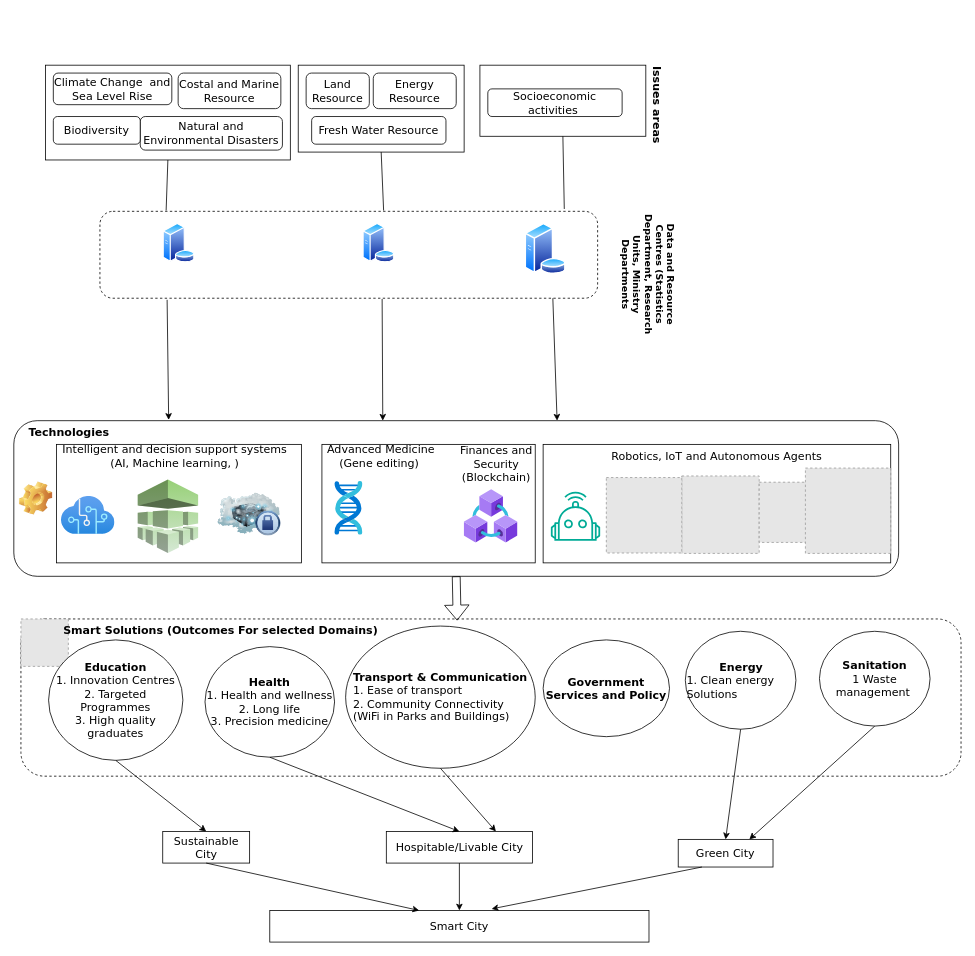
This is page "BarbudaSmart" (2 of 2) of SystemReasoningOverview.drawio from Kibolabs/Diagrams, a draw.io file, before an edit. Source tidied: cells renumbered, new cells numbered last; positions are measured from the earlier drawing's top-left corner, leaving out a move shared by most shapes. Both pictures are drawn from the tidied source at 79%, with x=0, y=0 at pixel (13, 65). Pictures stored in the file or linked from it are replaced by grey dashed boxes.
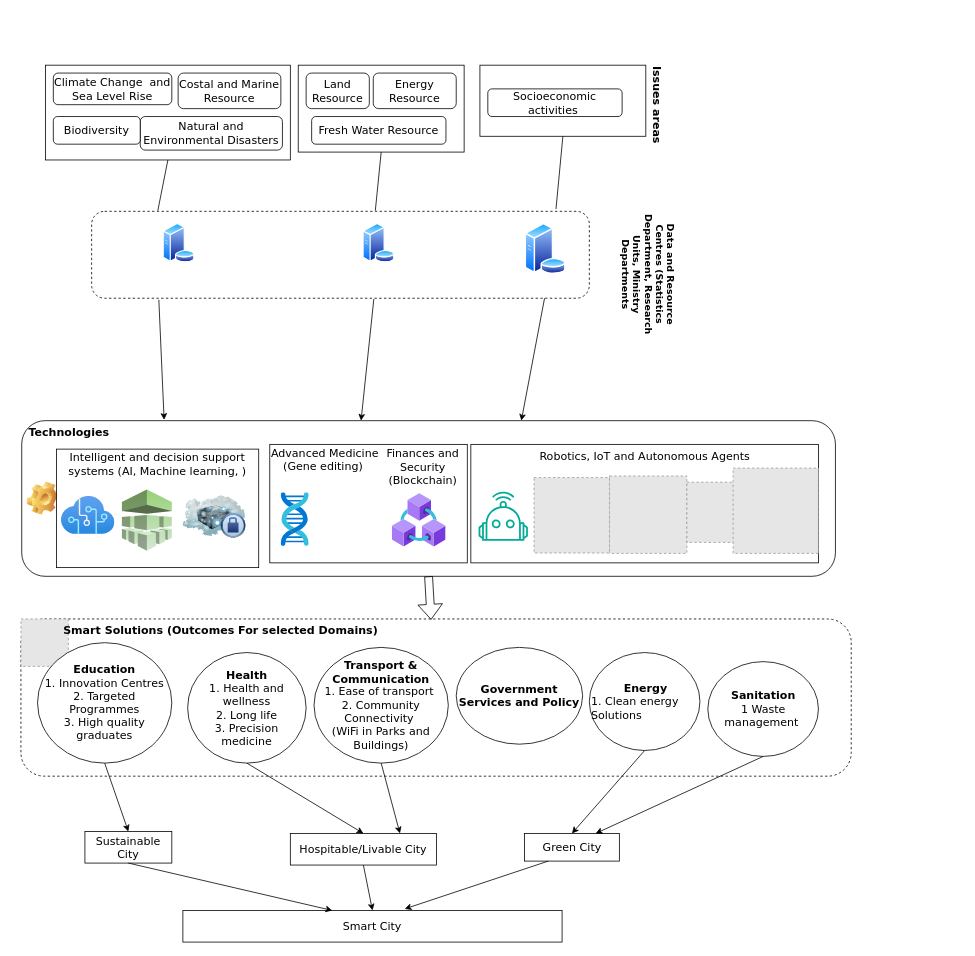
The same diagram, later.

The edit, as a diff of the source:
```diff
@@
     <mxCell id="2" style="rounded=1;whiteSpace=wrap;html=1;dashed=1;fontFamily=Verdana;fillColor=none;" parent="1" vertex="1">
-      <mxGeometry x="9" y="701" width="1190" height="199" as="geometry" />
+      <mxGeometry x="9" y="701" width="1051" height="199" as="geometry" />
     </mxCell>
     <mxCell id="3" style="rounded=1;whiteSpace=wrap;html=1;fillColor=none;dashed=1;" parent="1" vertex="1">
-      <mxGeometry x="109" y="185" width="630" height="110" as="geometry" />
+      <mxGeometry x="98.5" y="185" width="630" height="110" as="geometry" />
     </mxCell>
     <mxCell id="4" style="label;whiteSpace=wrap;html=1;image=img/clipart/Gear_128x128.png;fontFamily=Verdana;fontSize=14;fillColor=none;" parent="1" vertex="1">
-      <mxGeometry y="450" width="1120" height="197" as="geometry" />
+      <mxGeometry x="10" y="450" width="1030" height="197" as="geometry" />
     </mxCell>
     <mxCell id="5" style="rounded=0;whiteSpace=wrap;html=1;fontFamily=Verdana;fontSize=14;" parent="1" vertex="1">
-      <mxGeometry x="54" y="480" width="310" height="150" as="geometry" />
+      <mxGeometry x="54" y="486" width="256" height="150" as="geometry" />
     </mxCell>
     <mxCell id="6" style="rounded=0;whiteSpace=wrap;html=1;fontFamily=Verdana;fontSize=14;" parent="1" vertex="1">
-      <mxGeometry x="390" y="480" width="270" height="150" as="geometry" />
+      <mxGeometry x="324" y="480" width="250" height="150" as="geometry" />
     </mxCell>
     <mxCell id="7" style="rounded=0;whiteSpace=wrap;html=1;fontFamily=Verdana;fontSize=14;" parent="1" vertex="1">
-      <mxGeometry x="670" y="480" width="440" height="150" as="geometry" />
+      <mxGeometry x="578.5" y="480" width="440" height="150" as="geometry" />
     </mxCell>
@@
     <mxCell id="15" value="Green City" style="rounded=0;whiteSpace=wrap;html=1;fontFamily=Verdana;fontSize=14;" parent="1" vertex="1">
-      <mxGeometry x="841" y="980" width="120" height="35" as="geometry" />
+      <mxGeometry x="646.5" y="972.5" width="120" height="35" as="geometry" />
     </mxCell>
     <mxCell id="16" value="Sustainable City" style="rounded=0;whiteSpace=wrap;html=1;fontFamily=Verdana;fontSize=14;" parent="1" vertex="1">
-      <mxGeometry x="188.5" y="970" width="110" height="40" as="geometry" />
+      <mxGeometry x="90" y="970" width="110" height="40" as="geometry" />
     </mxCell>
     <mxCell id="17" value="Hospitable/Livable City" style="rounded=0;whiteSpace=wrap;html=1;fontFamily=Verdana;fontSize=14;" parent="1" vertex="1">
-      <mxGeometry x="471.5" y="970" width="185" height="40" as="geometry" />
+      <mxGeometry x="350" y="972.5" width="185" height="40" as="geometry" />
     </mxCell>
     <mxCell id="18" value="Smart City" style="rounded=0;whiteSpace=wrap;html=1;fontFamily=Verdana;fontSize=14;" parent="1" vertex="1">
-      <mxGeometry x="324" y="1070" width="480" height="40" as="geometry" />
+      <mxGeometry x="214" y="1070" width="480" height="40" as="geometry" />
     </mxCell>
@@
     <mxCell id="26" style="html=1;align=center;image;fontSize=14;image=img/lib/azure2/ai_machine_learning/Genomics.svg;fontFamily=Verdana;" parent="1" vertex="1">
-      <mxGeometry x="406" y="527" width="36" height="68" as="geometry" />
+      <mxGeometry x="338" y="541" width="36" height="68" as="geometry" />
     </mxCell>
     <mxCell id="27" style="dashed=0;verticalLabelPosition=bottom;verticalAlign=top;align=center;html=1;shape=mxgraph.aws3.machine_learning;fontFamily=Verdana;fontSize=14;fontColor=#23A1A6;fillColor=#D5E8D4;gradientColor=#97D077;gradientDirection=north;" parent="1" vertex="1">
-      <mxGeometry x="156.8" y="524.5" width="76.5" height="93" as="geometry" />
+      <mxGeometry x="136.8" y="537" width="63.2" height="77.5" as="geometry" />
     </mxCell>
     <mxCell id="28" style="html=1;align=center;image;fontSize=14;image=img/lib/azure2/blockchain/Azure_Blockchain_Service.svg;fontFamily=Verdana;" parent="1" vertex="1">
-      <mxGeometry x="570" y="537" width="68" height="68" as="geometry" />
+      <mxGeometry x="479" y="542" width="68" height="68" as="geometry" />
     </mxCell>
@@
     <mxCell id="30" style="sketch=0;gradientDirection=north;dashed=0;verticalLabelPosition=bottom;verticalAlign=top;align=center;html=1;fontSize=14;fontStyle=0;shape=mxgraph.aws4.resourceIcon;resIcon=mxgraph.aws4.robotics;fontFamily=Verdana;strokeColor=#00AB96;" parent="1" vertex="1">
-      <mxGeometry x="672" y="532" width="78" height="78" as="geometry" />
+      <mxGeometry x="580.5" y="532" width="78" height="78" as="geometry" />
     </mxCell>
     <mxCell id="31" style="fillColor=#E6E6E6;strokeColor=#999999;dashed=1;html=1;verticalAlign=top;verticalLabelPosition=bottom;labelBackgroundColor=#23A1A6;fontFamily=Verdana;fontSize=14;fontColor=#23A1A6;" parent="1" vertex="1">
-      <mxGeometry x="845.5" y="520" width="98" height="98" as="geometry" />
+      <mxGeometry x="754" y="520" width="98" height="98" as="geometry" />
     </mxCell>
     <mxCell id="32" style="fillColor=#E6E6E6;strokeColor=#999999;dashed=1;html=1;verticalAlign=top;verticalLabelPosition=bottom;labelBackgroundColor=#ffffff;fontFamily=Verdana;fontSize=14;" parent="1" vertex="1">
-      <mxGeometry x="750" y="522" width="95.5" height="95.5" as="geometry" />
+      <mxGeometry x="658.5" y="522" width="95.5" height="95.5" as="geometry" />
     </mxCell>
     <mxCell id="33" style="fillColor=#E6E6E6;strokeColor=#999999;dashed=1;html=1;verticalAlign=top;verticalLabelPosition=bottom;labelBackgroundColor=#73B4FF;fontFamily=Verdana;fontSize=14;" parent="1" vertex="1">
-      <mxGeometry x="943.5" y="527.9" width="76.2" height="76.2" as="geometry" />
+      <mxGeometry x="852" y="527.9" width="76.2" height="76.2" as="geometry" />
     </mxCell>
     <mxCell id="34" value="Intelligent and decision support systems (AI, Machine learning, )" style="text;html=1;align=center;verticalAlign=middle;whiteSpace=wrap;rounded=0;fontFamily=Verdana;fontSize=14;" parent="1" vertex="1">
-      <mxGeometry x="54" y="490" width="300" height="10" as="geometry" />
+      <mxGeometry x="54" y="500" width="256" height="10" as="geometry" />
     </mxCell>
     <mxCell id="35" value="Advanced Medicine (Gene editing)&amp;nbsp;" style="text;html=1;align=center;verticalAlign=middle;whiteSpace=wrap;rounded=0;fontFamily=Verdana;fontSize=14;" parent="1" vertex="1">
-      <mxGeometry x="395" y="480" width="140" height="30" as="geometry" />
+      <mxGeometry x="324" y="484" width="140" height="30" as="geometry" />
     </mxCell>
     <mxCell id="36" value="Robotics, IoT and Autonomous Agents" style="text;html=1;align=center;verticalAlign=middle;whiteSpace=wrap;rounded=0;fontFamily=Verdana;fontSize=14;" parent="1" vertex="1">
-      <mxGeometry x="680" y="480" width="420" height="30" as="geometry" />
+      <mxGeometry x="588.5" y="480" width="420" height="30" as="geometry" />
     </mxCell>
     <mxCell id="37" value="Finances and Security (Blockchain)" style="text;html=1;align=center;verticalAlign=middle;whiteSpace=wrap;rounded=0;fontFamily=Verdana;fontSize=14;" parent="1" vertex="1">
-      <mxGeometry x="550" y="490" width="122" height="30" as="geometry" />
+      <mxGeometry x="456.5" y="494" width="122" height="30" as="geometry" />
     </mxCell>
-    <mxCell id="38" value="&lt;b style=&quot;font-size: 14px;&quot;&gt;Transport &amp;amp; Communication&lt;/b&gt;&lt;br style=&quot;font-size: 14px;&quot;&gt;&lt;div style=&quot;text-align: left;&quot;&gt;1. Ease of transport&amp;nbsp;&lt;/div&gt;&lt;div style=&quot;&quot;&gt;&lt;div style=&quot;text-align: left;&quot;&gt;2. Community Connectivity&amp;nbsp;&lt;/div&gt;&lt;div style=&quot;text-align: left;&quot;&gt;(WiFi in Parks and Buildings)&lt;/div&gt;&lt;/div&gt;" style="ellipse;whiteSpace=wrap;html=1;fontFamily=Verdana;fontSize=14;" parent="1" vertex="1">
-      <mxGeometry x="420" y="710" width="240" height="180" as="geometry" />
+    <mxCell id="38" value="&lt;b style=&quot;font-size: 14px;&quot;&gt;Transport &amp;amp; Communication&lt;/b&gt;&lt;br style=&quot;font-size: 14px;&quot;&gt;&lt;div style=&quot;&quot;&gt;1. Ease of transport&amp;nbsp;&lt;/div&gt;&lt;div style=&quot;&quot;&gt;&lt;div style=&quot;&quot;&gt;2. Community Connectivity&amp;nbsp;&lt;/div&gt;&lt;div style=&quot;&quot;&gt;&lt;div style=&quot;&quot;&gt;&lt;div style=&quot;&quot;&gt;(WiFi in Parks and Buildings)&lt;/div&gt;&lt;/div&gt;&lt;/div&gt;&lt;/div&gt;" style="ellipse;whiteSpace=wrap;html=1;fontFamily=Verdana;fontSize=14;" parent="1" vertex="1">
+      <mxGeometry x="380" y="737" width="170" height="146.5" as="geometry" />
     </mxCell>
     <mxCell id="39" value="&lt;span style=&quot;font-size: 14px;&quot;&gt;&lt;b&gt;Health&lt;/b&gt;&lt;br&gt;1. &lt;/span&gt;&lt;span style=&quot;font-size: 14px;&quot;&gt;Health and wellness&lt;br&gt;2. Long life&lt;br&gt;3. Precision medicine&lt;br&gt;&lt;/span&gt;" style="ellipse;whiteSpace=wrap;html=1;fontFamily=Verdana;fontSize=14;sketch=0;" parent="1" vertex="1">
-      <mxGeometry x="242" y="736" width="164" height="140" as="geometry" />
+      <mxGeometry x="220" y="743.5" width="150" height="140" as="geometry" />
     </mxCell>
     <mxCell id="40" value="&lt;span style=&quot;font-size: 14px;&quot;&gt;&lt;b&gt;Sanitation&lt;/b&gt;&lt;br&gt;1 Waste management&amp;nbsp;&lt;br&gt;&lt;/span&gt;" style="ellipse;whiteSpace=wrap;html=1;fontFamily=Verdana;fontSize=14;" parent="1" vertex="1">
-      <mxGeometry x="1019.8" y="716.6" width="140" height="120" as="geometry" />
+      <mxGeometry x="878.5" y="755" width="140" height="120" as="geometry" />
     </mxCell>
     <mxCell id="41" value="&lt;b style=&quot;font-size: 14px;&quot;&gt;Education&lt;/b&gt;&lt;br style=&quot;font-size: 14px;&quot;&gt;1. Innovation Centres&lt;br style=&quot;font-size: 14px;&quot;&gt;2. Targeted Programmes&lt;br&gt;3. High quality graduates" style="ellipse;whiteSpace=wrap;html=1;fontFamily=Verdana;fontSize=14;" parent="1" vertex="1">
-      <mxGeometry x="44" y="727.5" width="170" height="152.5" as="geometry" />
+      <mxGeometry x="30" y="731" width="170" height="152.5" as="geometry" />
     </mxCell>
@@
     <mxCell id="52" value="&lt;div style=&quot;text-align: center;&quot;&gt;&lt;b&gt;Energy&lt;/b&gt;&lt;/div&gt;&lt;span style=&quot;font-size: 14px;&quot;&gt;&lt;div style=&quot;&quot;&gt;1. Clean energy Solutions&lt;/div&gt;&lt;/span&gt;" style="ellipse;whiteSpace=wrap;html=1;fontFamily=Verdana;fontSize=14;align=left;" parent="1" vertex="1">
-      <mxGeometry x="850" y="716.6" width="140" height="124" as="geometry" />
+      <mxGeometry x="728.5" y="743.5" width="140" height="124" as="geometry" />
     </mxCell>
@@
     <mxCell id="55" value="&lt;b&gt;Government Services and&amp;nbsp;Policy&lt;/b&gt;" style="ellipse;whiteSpace=wrap;html=1;fontFamily=Verdana;fontSize=14;" parent="1" vertex="1">
-      <mxGeometry x="670" y="727.5" width="160" height="122.5" as="geometry" />
+      <mxGeometry x="560" y="737" width="160" height="122.5" as="geometry" />
     </mxCell>
     <mxCell id="56" style="fillColor=#E6E6E6;strokeColor=#999999;dashed=1;html=1;verticalAlign=top;verticalLabelPosition=bottom;labelBackgroundColor=#ffffff;" parent="1" vertex="1">
-      <mxGeometry x="1002" y="510" width="108" height="108" as="geometry" />
+      <mxGeometry x="910.5" y="510" width="108" height="108" as="geometry" />
     </mxCell>
@@
-    <mxCell id="64" style="shape=flexArrow;endArrow=classic;html=1;rounded=0;fontFamily=Verdana;exitX=0.5;exitY=1;exitDx=0;exitDy=0;entryX=0.464;entryY=0.01;entryDx=0;entryDy=0;entryPerimeter=0;" parent="1" edge="1" source="4" target="2">
+    <mxCell id="64" style="shape=flexArrow;endArrow=classic;html=1;rounded=0;fontFamily=Verdana;exitX=0.5;exitY=1;exitDx=0;exitDy=0;entryX=0.494;entryY=0.005;entryDx=0;entryDy=0;entryPerimeter=0;" parent="1" edge="1" source="4" target="2">
       <mxGeometry relative="1" as="geometry" />
     </mxCell>
     <mxCell id="65" style="image;html=1;image=img/lib/clip_art/networking/Cloud_Server_Private_128x128.png;dashed=1;fontFamily=Verdana;fillColor=none;" parent="1" vertex="1">
-      <mxGeometry x="258" y="529" width="80" height="80" as="geometry" />
+      <mxGeometry x="214" y="532" width="80" height="80" as="geometry" />
     </mxCell>
```
